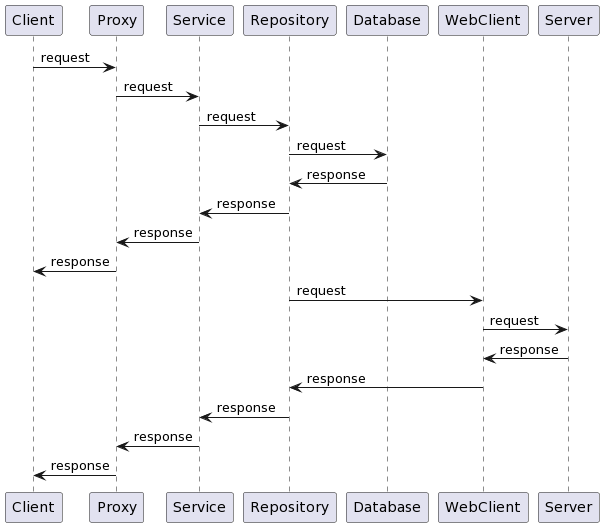
VladimirS0l/request-caching keeps this PlantUML diagram as docs/sequence_diagram.png. Above is the earlier version. Source of this version:
```plantuml
@startuml
Client -> Proxy : request
Proxy -> Service : request
Service -> Repository : request
Repository-> Database : request
Database -> Repository : response
Repository -> Service : response
Service -> Proxy : response
Proxy -> Client : response
Repository -> WebClient : request
WebClient -> Server : request
Server -> WebClient : response
WebClient -> Repository : response
Repository -> Service : response
Service -> Proxy : response
Proxy -> Client : response
@enduml
```
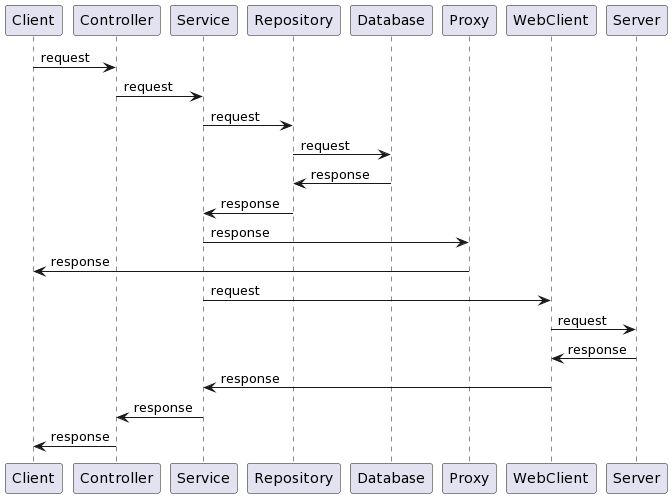
Later version of the same file.

Diff of the diagram source:
```diff
@@ -1,17 +1,16 @@
 @startuml
-Client -> Proxy : request
-Proxy -> Service : request
+Client -> Controller : request
+Controller -> Service : request
 Service -> Repository : request
 Repository-> Database : request
 Database -> Repository : response
 Repository -> Service : response
 Service -> Proxy : response
 Proxy -> Client : response
-Repository -> WebClient : request
+Service -> WebClient : request
 WebClient -> Server : request
 Server -> WebClient : response
-WebClient -> Repository : response
-Repository -> Service : response
-Service -> Proxy : response
-Proxy -> Client : response
+WebClient -> Service : response
+Service -> Controller : response
+Controller -> Client : response
 @enduml
```
